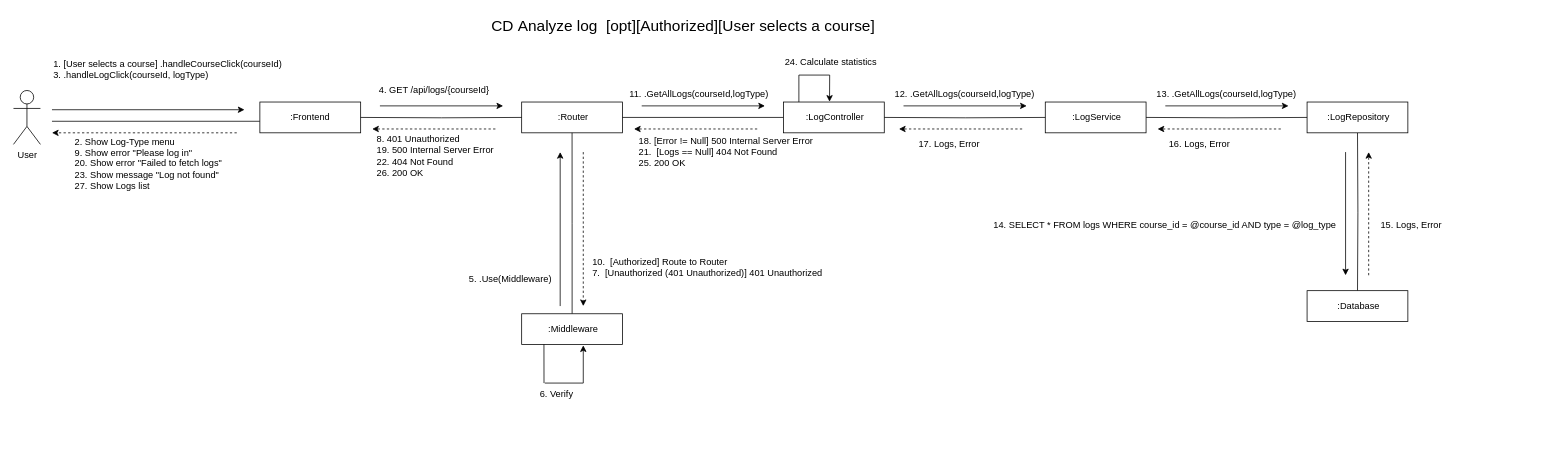
The draw.io diagram page "CD Analyze log-[opt][Authorized][User selects a course]" (4 of 4) of CD-Analyze-log/CD-Analyze-log.drawio in CS371-Project-Management/CS371-Collaboration-Diagram, before the edit. Source tidied: cells renumbered, new cells numbered last; positions are measured from the earlier drawing's top-left corner, leaving out a move shared by most shapes. Both pictures are drawn from the tidied source at 77%, with x=0, y=0 at pixel (13, 13).
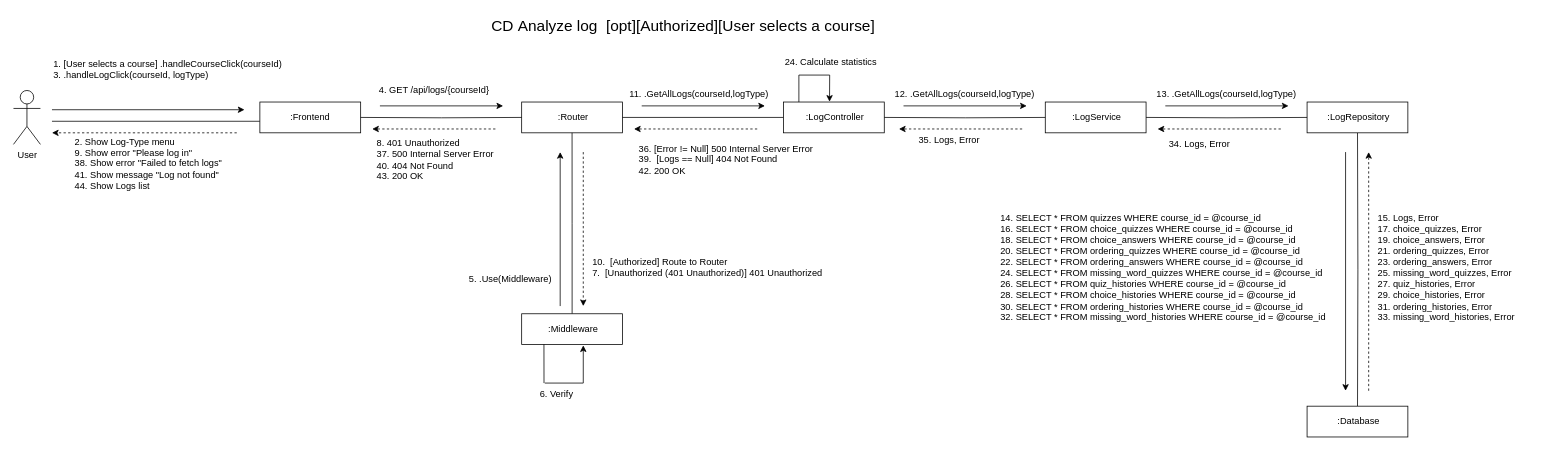
The same diagram, later.

Commit message:
edit CD-Analyze-log

Change to the diagram source:
```diff
@@
     <mxCell id="23" value="&amp;nbsp;:Database" style="rounded=0;whiteSpace=wrap;html=1;" parent="1" vertex="1">
-      <mxGeometry x="1680" y="360" width="130.9" height="40" as="geometry" />
+      <mxGeometry x="1680" y="510" width="130.9" height="40" as="geometry" />
     </mxCell>
     <mxCell id="24" style="endArrow=classic;html=1;rounded=0;" parent="1" edge="1">
       <mxGeometry relative="1" as="geometry">
         <mxPoint x="1730" y="180" as="sourcePoint" />
-        <mxPoint x="1730" y="340" as="targetPoint" />
+        <mxPoint x="1730" y="490" as="targetPoint" />
       </mxGeometry>
     </mxCell>
     <mxCell id="25" style="endArrow=classic;html=1;rounded=0;dashed=1;" parent="1" edge="1">
       <mxGeometry relative="1" as="geometry">
-        <mxPoint x="1760" y="340" as="sourcePoint" />
+        <mxPoint x="1760" y="490" as="sourcePoint" />
         <mxPoint x="1760" y="180" as="targetPoint" />
       </mxGeometry>
     </mxCell>
@@
-    <mxCell id="39" value="&lt;div align=&quot;left&quot;&gt;8. 401 Unauthorized&lt;/div&gt;&lt;div align=&quot;left&quot;&gt;19. 500 Internal Server Error&lt;/div&gt;&lt;div align=&quot;left&quot;&gt;22. 404 Not Found&lt;/div&gt;&lt;div align=&quot;left&quot;&gt;26. 200 OK&lt;br&gt;&lt;/div&gt;" style="text;html=1;align=left;verticalAlign=middle;strokeColor=none;fillColor=none;" parent="1" vertex="1">
-      <mxGeometry x="470" y="150" width="190" height="70" as="geometry" />
+    <mxCell id="39" value="&lt;div align=&quot;left&quot;&gt;8. 401 Unauthorized&lt;/div&gt;&lt;div align=&quot;left&quot;&gt;37. 500 Internal Server Error&lt;/div&gt;&lt;div align=&quot;left&quot;&gt;40. 404 Not Found&lt;/div&gt;&lt;div align=&quot;left&quot;&gt;43. 200 OK&lt;br&gt;&lt;/div&gt;" style="text;html=1;align=left;verticalAlign=middle;strokeColor=none;fillColor=none;" parent="1" vertex="1">
+      <mxGeometry x="470" y="155" width="190" height="70" as="geometry" />
     </mxCell>
-    <mxCell id="40" value="&lt;div align=&quot;left&quot;&gt;2. Show Log-Type menu&lt;br&gt;&lt;/div&gt;&lt;div align=&quot;left&quot;&gt;9. Show error &quot;Please log in&quot;&lt;/div&gt;&lt;div align=&quot;left&quot;&gt;20. Show error &quot;Failed to fetch logs&quot;&lt;/div&gt;&lt;div align=&quot;left&quot;&gt;23. Show message &quot;Log not found&quot;&lt;br&gt;&lt;/div&gt;&lt;div align=&quot;left&quot;&gt;27. Show Logs list&lt;br&gt;&lt;/div&gt;" style="text;html=1;align=center;verticalAlign=middle;strokeColor=none;fillColor=none;" parent="1" vertex="1">
+    <mxCell id="40" value="&lt;div align=&quot;left&quot;&gt;2. Show Log-Type menu&lt;br&gt;&lt;/div&gt;&lt;div align=&quot;left&quot;&gt;9. Show error &quot;Please log in&quot;&lt;/div&gt;&lt;div align=&quot;left&quot;&gt;38. Show error &quot;Failed to fetch logs&quot;&lt;/div&gt;&lt;div align=&quot;left&quot;&gt;41. Show message &quot;Log not found&quot;&lt;br&gt;&lt;/div&gt;&lt;div align=&quot;left&quot;&gt;44. Show Logs list&lt;br&gt;&lt;/div&gt;" style="text;html=1;align=center;verticalAlign=middle;strokeColor=none;fillColor=none;" parent="1" vertex="1">
       <mxGeometry x="60" y="150" width="230" height="90" as="geometry" />
     </mxCell>
@@
-    <mxCell id="45" value="&lt;div&gt;14. SELECT * FROM logs WHERE course_id = @course_id AND type = @log_type&lt;br&gt;&lt;/div&gt;" style="text;html=1;align=center;verticalAlign=middle;strokeColor=none;fillColor=none;" parent="1" vertex="1">
-      <mxGeometry x="1260" y="260" width="470" height="30" as="geometry" />
+    <mxCell id="45" value="&lt;div&gt;14. SELECT * FROM quizzes WHERE course_id = @course_id&lt;/div&gt;&lt;div&gt;16. SELECT * FROM choice_quizzes WHERE course_id = @course_id&lt;/div&gt;&lt;div&gt;18. SELECT * FROM choice_answers WHERE course_id = @course_id&lt;/div&gt;&lt;div&gt;20. SELECT * FROM ordering_quizzes WHERE course_id = @course_id&lt;/div&gt;&lt;div&gt;22. SELECT * FROM ordering_answers WHERE course_id = @course_id&lt;/div&gt;&lt;div&gt;24. SELECT * FROM missing_word_quizzes WHERE course_id = @course_id&lt;/div&gt;&lt;div&gt;26. SELECT * FROM quiz_histories WHERE course_id = @course_id&lt;/div&gt;&lt;div&gt;28. SELECT * FROM choice_histories WHERE course_id = @course_id&lt;/div&gt;&lt;div&gt;30. SELECT * FROM ordering_histories WHERE course_id = @course_id&lt;/div&gt;&lt;div&gt;32. SELECT * FROM missing_word_histories WHERE course_id = @course_id&lt;br&gt;&lt;/div&gt;" style="text;html=1;align=left;verticalAlign=middle;strokeColor=none;fillColor=none;" parent="1" vertex="1">
+      <mxGeometry x="1280" y="250" width="460" height="160" as="geometry" />
     </mxCell>
-    <mxCell id="46" value="15. Logs, Error" style="text;html=1;align=center;verticalAlign=middle;strokeColor=none;fillColor=none;" parent="1" vertex="1">
-      <mxGeometry x="1760" y="260" width="110" height="30" as="geometry" />
+    <mxCell id="46" value="&lt;div align=&quot;left&quot;&gt;15. Logs, Error&lt;/div&gt;&lt;div align=&quot;left&quot;&gt;17. choice_quizzes, Error&lt;/div&gt;&lt;div align=&quot;left&quot;&gt;19. choice_answers, Error&lt;/div&gt;&lt;div align=&quot;left&quot;&gt;21. ordering_quizzes, Error&lt;/div&gt;&lt;div align=&quot;left&quot;&gt;23. ordering_answers, Error&lt;/div&gt;&lt;div align=&quot;left&quot;&gt;25. missing_word_quizzes, Error&lt;/div&gt;&lt;div align=&quot;left&quot;&gt;27. quiz_histories, Error&lt;/div&gt;&lt;div align=&quot;left&quot;&gt;29. choice_histories, Error&lt;/div&gt;&lt;div align=&quot;left&quot;&gt;31. ordering_histories, Error&lt;/div&gt;&lt;div align=&quot;left&quot;&gt;33. missing_word_histories, Error&lt;br&gt;&lt;/div&gt;" style="text;html=1;align=left;verticalAlign=middle;strokeColor=none;fillColor=none;" parent="1" vertex="1">
+      <mxGeometry x="1770" y="250" width="220" height="160" as="geometry" />
     </mxCell>
-    <mxCell id="47" value="16. Logs, Error" style="text;html=1;align=center;verticalAlign=middle;strokeColor=none;fillColor=none;" parent="1" vertex="1">
+    <mxCell id="47" value="34. Logs, Error" style="text;html=1;align=center;verticalAlign=middle;strokeColor=none;fillColor=none;" parent="1" vertex="1">
       <mxGeometry x="1485" y="155" width="110" height="30" as="geometry" />
     </mxCell>
-    <mxCell id="48" value="17. Logs, Error" style="text;html=1;align=center;verticalAlign=middle;strokeColor=none;fillColor=none;" parent="1" vertex="1">
-      <mxGeometry x="1160" y="155" width="110" height="30" as="geometry" />
+    <mxCell id="48" value="35. Logs, Error" style="text;html=1;align=center;verticalAlign=middle;strokeColor=none;fillColor=none;" parent="1" vertex="1">
+      <mxGeometry x="1160" y="150" width="110" height="30" as="geometry" />
     </mxCell>
-    <mxCell id="49" value="&lt;div&gt;18. [Error != Null] 500 Internal Server Error&lt;/div&gt;&lt;div align=&quot;left&quot;&gt;21.&amp;nbsp; [Logs == Null] 404 Not Found&lt;/div&gt;&lt;div align=&quot;left&quot;&gt;25. 200 OK&lt;br&gt;&lt;/div&gt;" style="text;html=1;align=center;verticalAlign=middle;strokeColor=none;fillColor=none;" parent="1" vertex="1">
-      <mxGeometry x="790" y="150" width="270" height="60" as="geometry" />
+    <mxCell id="49" value="&lt;div&gt;36. [Error != Null] 500 Internal Server Error&lt;/div&gt;&lt;div align=&quot;left&quot;&gt;39.&amp;nbsp; [Logs == Null] 404 Not Found&lt;/div&gt;&lt;div align=&quot;left&quot;&gt;42. 200 OK&lt;br&gt;&lt;/div&gt;" style="text;html=1;align=center;verticalAlign=middle;strokeColor=none;fillColor=none;" parent="1" vertex="1">
+      <mxGeometry x="790" y="160" width="270" height="60" as="geometry" />
     </mxCell>
```
